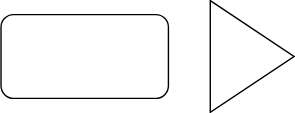
Above: 未命名绘图.drawio.svg in FEDuang/pictureLib (draw.io), before the change. Source tidied: cells renumbered, new cells last; positions are measured from the earlier drawing's top-left corner, leaving out a move shared by most shapes.
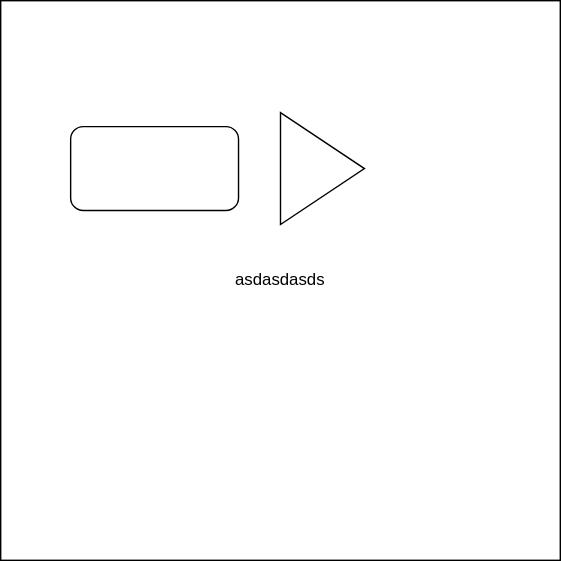
The same diagram one commit later.

Commit message:
更新未命名绘图.drawio.svg

Change to the diagram source:
```diff
@@ -2,6 +2,9 @@
   <root>
     <mxCell id="0" />
     <mxCell id="1" parent="0" />
+    <mxCell id="4" value="asdasdasds" style="whiteSpace=wrap;html=1;" parent="1" vertex="1">
+      <mxGeometry x="-50" y="-80" width="400" height="400" as="geometry" />
+    </mxCell>
     <mxCell id="2" style="rounded=1;whiteSpace=wrap;html=1;" parent="1" vertex="1">
       <mxGeometry y="10" width="120" height="60" as="geometry" />
     </mxCell>
```
